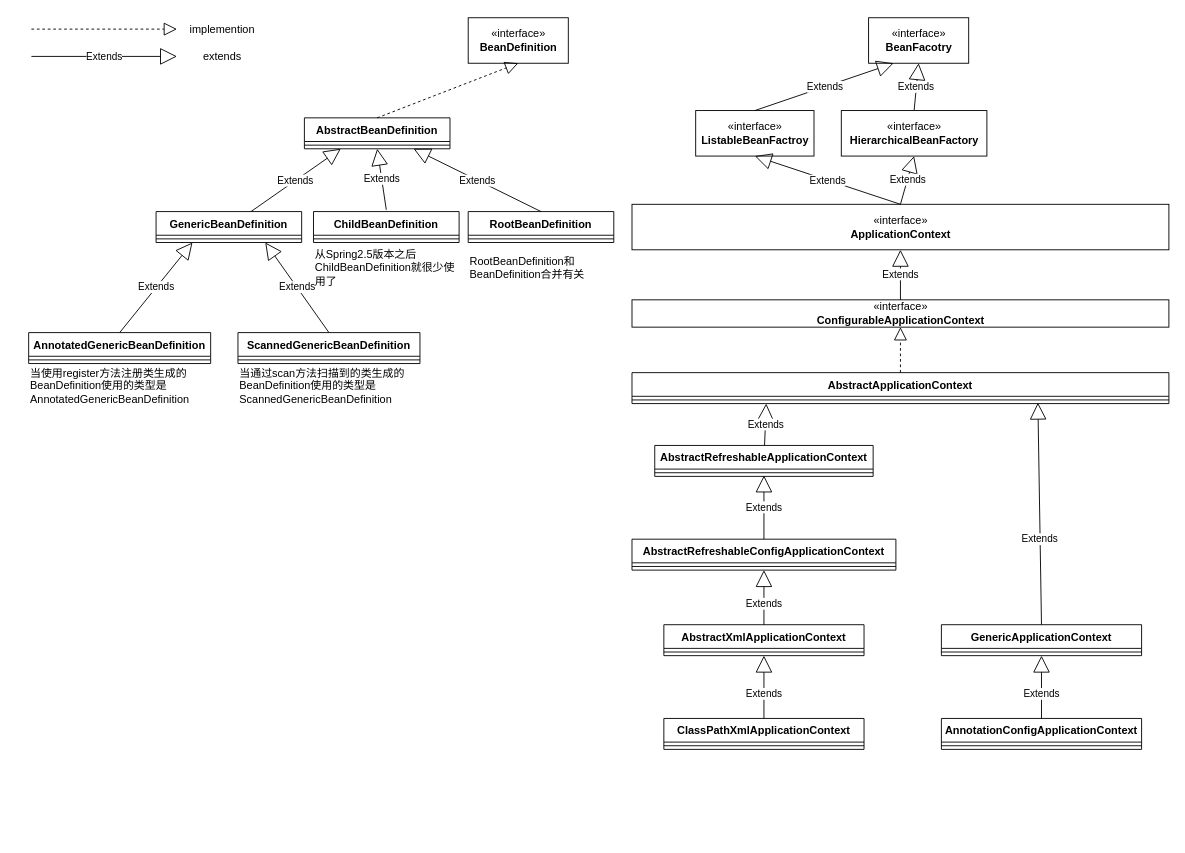
Earlier version of the draw.io diagram Untitled Diagram.drawio (zhoulei4652/gitchild). Source tidied: cells renumbered, new cells numbered last; positions are measured from the earlier drawing's top-left corner, leaving out a move shared by most shapes. Both pictures are drawn from the tidied source at 91%, with x=0, y=0 at pixel (28, 15).
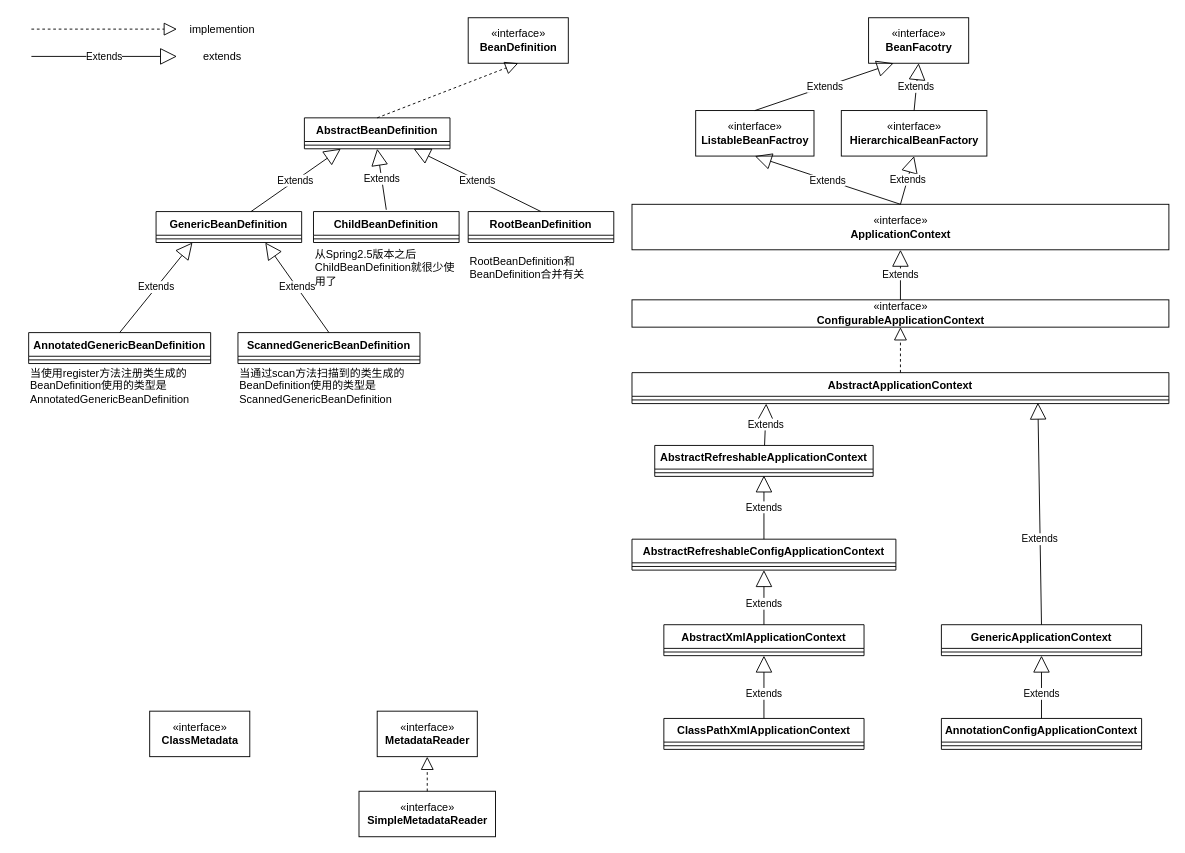
The same diagram, later.

The edit, as a diff of the source:
```diff
@@
+    <mxCell id="60" value="&lt;div&gt;«interface»&lt;span style=&quot;color: #000000&quot;&gt;&lt;br&gt;&lt;/span&gt;&lt;/div&gt;&lt;div&gt;&lt;b&gt;&lt;span style=&quot;color: #000000&quot;&gt;MetadataReader&lt;/span&gt;&lt;/b&gt;&lt;/div&gt;" style="html=1;" parent="1" vertex="1">
+      <mxGeometry x="383" y="764" width="110" height="50" as="geometry" />
+    </mxCell>
+    <mxCell id="61" value="&lt;div&gt;«interface»&lt;span style=&quot;color: #000000&quot;&gt;&lt;/span&gt;&lt;span style=&quot;color: #000000&quot;&gt;&lt;br&gt;&lt;/span&gt;&lt;/div&gt;&lt;div&gt;&lt;b&gt;&lt;span style=&quot;color: #000000&quot;&gt;SimpleMetadataReader&lt;/span&gt;&lt;/b&gt;&lt;/div&gt;&lt;div&gt;&lt;span style=&quot;color: #000000&quot;&gt;&lt;/span&gt;&lt;/div&gt;" style="html=1;" parent="1" vertex="1">
+      <mxGeometry x="363" y="852" width="150" height="50" as="geometry" />
+    </mxCell>
+    <mxCell id="62" style="endArrow=block;dashed=1;endFill=0;endSize=12;html=1;rounded=0;exitX=0.5;exitY=0;exitDx=0;exitDy=0;entryX=0.5;entryY=1;entryDx=0;entryDy=0;" parent="1" edge="1" source="61" target="60">
+      <mxGeometry relative="1" as="geometry" />
+    </mxCell>
+    <mxCell id="63" value="&lt;div&gt;«interface»&lt;span style=&quot;color: #000000&quot;&gt;&lt;/span&gt;&lt;span style=&quot;color: #000000&quot;&gt;&lt;br&gt;&lt;/span&gt;&lt;/div&gt;&lt;div&gt;&lt;b&gt;&lt;span style=&quot;color: #000000&quot;&gt;ClassMetadata&lt;/span&gt;&lt;/b&gt;&lt;/div&gt;&lt;div&gt;&lt;b&gt;&lt;span style=&quot;color: #000000&quot;&gt;&lt;/span&gt;&lt;/b&gt;&lt;/div&gt;" style="html=1;" parent="1" vertex="1">
+      <mxGeometry x="133" y="764" width="110" height="50" as="geometry" />
+    </mxCell>
```
